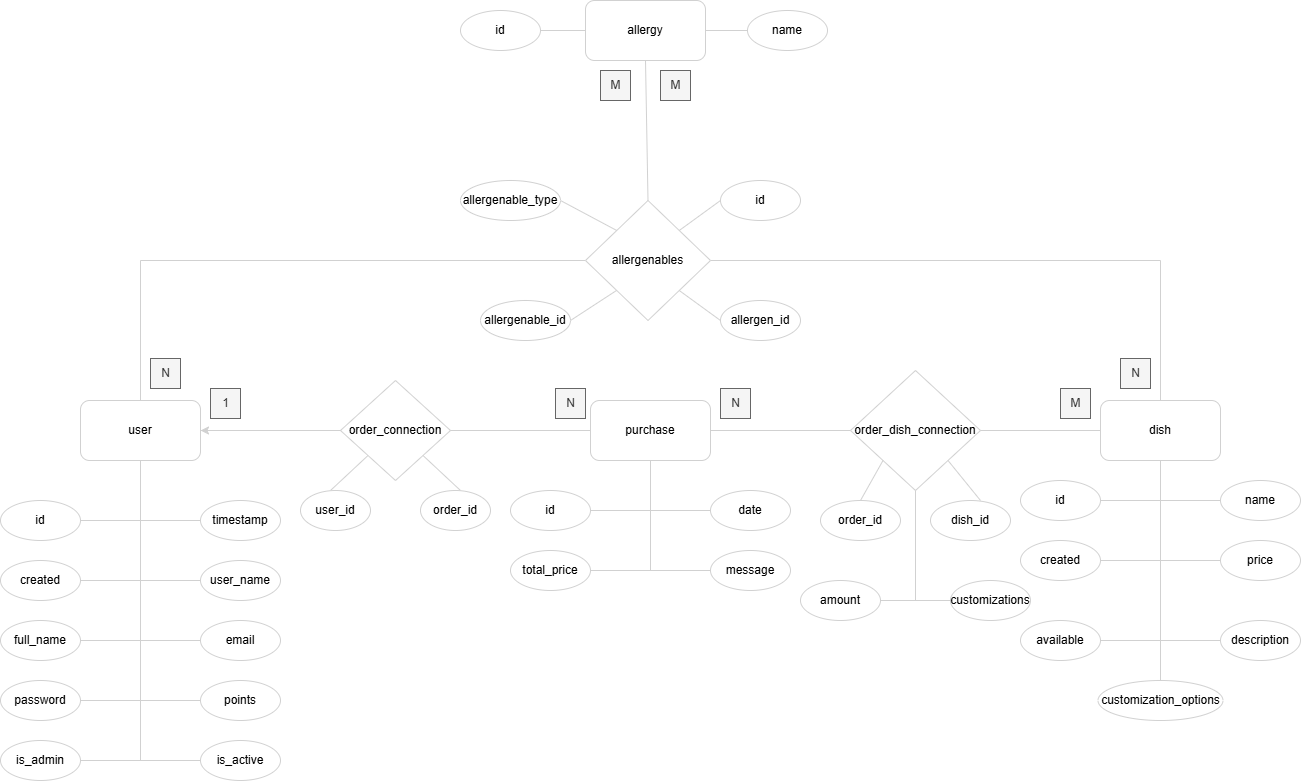
This is Egyéb/EK_diagram.png from Jboti/Etterem_vizsgaremek, a draw.io export, as it was before one commit. Source tidied: cells renumbered, new cells last; positions are measured from the earlier drawing's top-left corner, leaving out a move shared by most shapes.
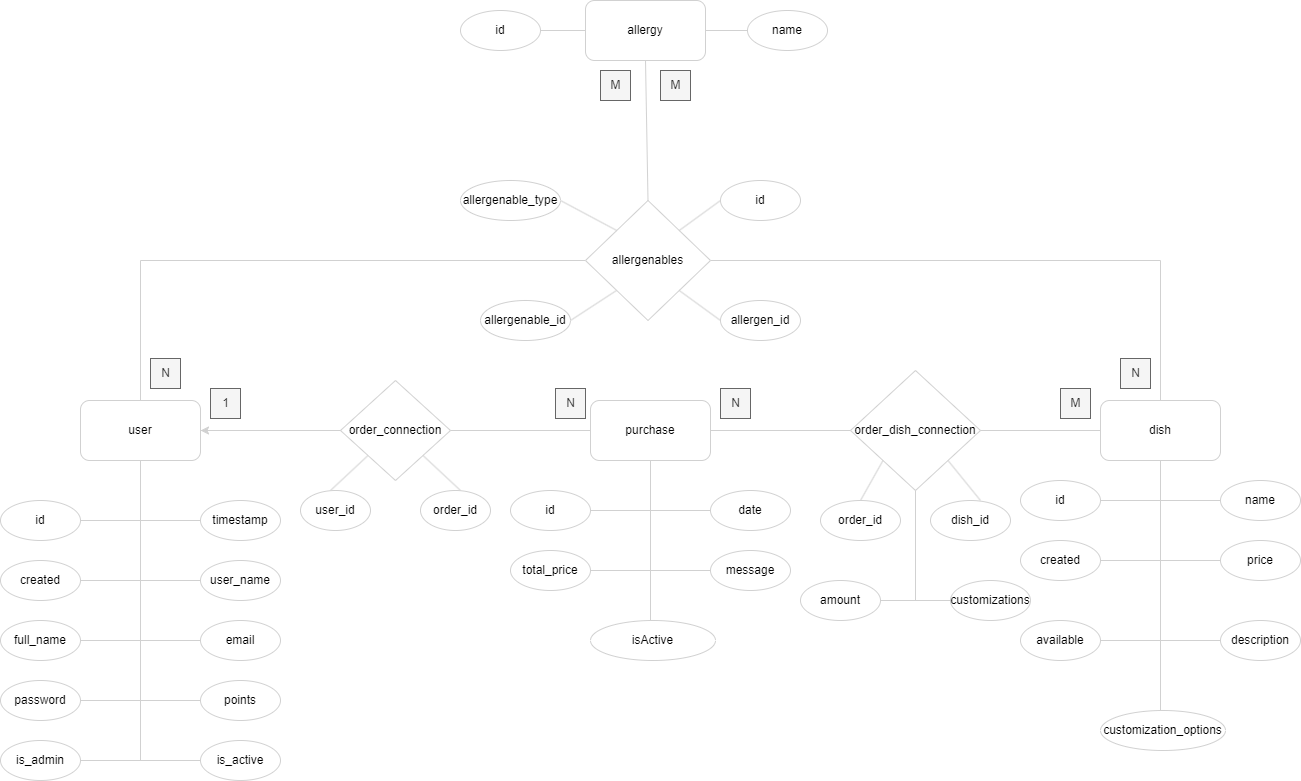
Later version of the same file.

Diff of the diagram source:
```diff
@@ -103,7 +103,7 @@
     </mxCell>
     <mxCell id="28" style="endArrow=none;html=1;rounded=0;entryX=0.5;entryY=1;entryDx=0;entryDy=0;strokeColor=#D1D1D1;" parent="1" edge="1" target="27">
       <mxGeometry relative="1" as="geometry">
-        <mxPoint x="650" y="570" as="sourcePoint" />
+        <mxPoint x="650" y="620" as="sourcePoint" />
       </mxGeometry>
     </mxCell>
     <mxCell id="29" value="N" style="text;html=1;align=center;verticalAlign=middle;strokeColor=#666666;fillColor=#f5f5f5;fontColor=#333333;" parent="1" vertex="1">
@@ -186,8 +186,10 @@
     <mxCell id="50" value="customizations" style="ellipse;whiteSpace=wrap;html=1;strokeColor=#D1D1D1;" parent="1" vertex="1">
       <mxGeometry x="950" y="580" width="80" height="40" as="geometry" />
     </mxCell>
-    <mxCell id="51" style="endArrow=none;html=1;rounded=0;entryX=0.5;entryY=1;entryDx=0;entryDy=0;exitX=0.5;exitY=0;exitDx=0;exitDy=0;strokeColor=#D1D1D1;" parent="1" edge="1" source="60" target="40">
-      <mxGeometry relative="1" as="geometry" />
+    <mxCell id="51" style="endArrow=none;html=1;rounded=0;entryX=0.5;entryY=1;entryDx=0;entryDy=0;strokeColor=#D1D1D1;" parent="1" edge="1" target="40">
+      <mxGeometry relative="1" as="geometry">
+        <mxPoint x="1160" y="710" as="sourcePoint" />
+      </mxGeometry>
     </mxCell>
     <mxCell id="52" style="endArrow=none;html=1;rounded=0;strokeColor=#D1D1D1;" parent="1" edge="1">
       <mxGeometry relative="1" as="geometry">
@@ -223,7 +225,7 @@
       </mxGeometry>
     </mxCell>
     <mxCell id="60" value="customization_options" style="ellipse;whiteSpace=wrap;html=1;strokeColor=#D1D1D1;" parent="1" vertex="1">
-      <mxGeometry x="1097.5" y="680" width="125" height="40" as="geometry" />
+      <mxGeometry x="1100" y="710" width="125" height="40" as="geometry" />
     </mxCell>
     <mxCell id="61" value="description" style="ellipse;whiteSpace=wrap;html=1;strokeColor=#D1D1D1;" parent="1" vertex="1">
       <mxGeometry x="1220" y="620" width="80" height="40" as="geometry" />
@@ -301,5 +303,8 @@
     <mxCell id="82" value="allergen_id" style="ellipse;whiteSpace=wrap;html=1;strokeColor=#D1D1D1;" parent="1" vertex="1">
       <mxGeometry x="720" y="300" width="80" height="40" as="geometry" />
     </mxCell>
+    <mxCell id="83" value="isActive" style="ellipse;whiteSpace=wrap;html=1;strokeColor=#D1D1D1;" parent="1" vertex="1">
+      <mxGeometry x="590" y="620" width="125" height="40" as="geometry" />
+    </mxCell>
   </root>
 </mxGraphModel>
```
